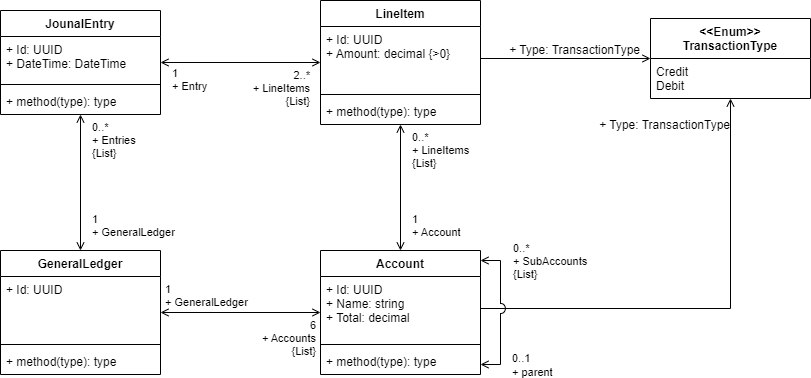
Before: docs/assets/class diagram.drawio.png, a diagram exported from draw.io (Smileyrasmus/budgetmate). Source tidied: cells renumbered, new cells last; positions are measured from the earlier drawing's top-left corner, leaving out a move shared by most shapes.
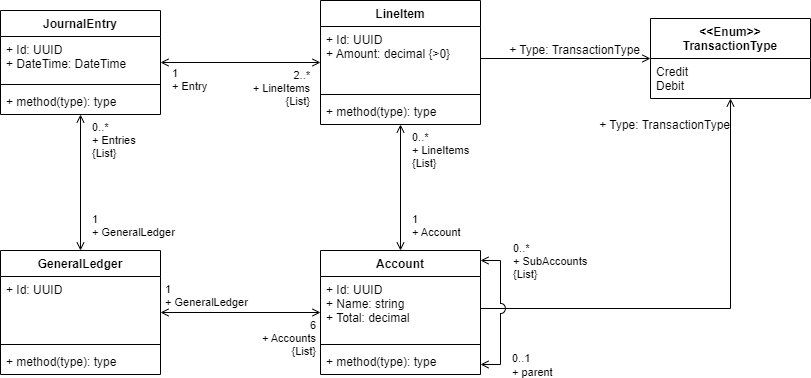
Later version of the same file.

Commit message:
Added simple roadmap to README

Change to the diagram source:
```diff
@@ -15,7 +15,7 @@
         <mxPoint x="-16" y="-4" as="offset" />
       </mxGeometry>
     </mxCell>
-    <mxCell id="5" value="JounalEntry" style="swimlane;fontStyle=1;align=center;verticalAlign=top;horizontal=1;startSize=26;" parent="1" vertex="1">
+    <mxCell id="5" value="JournalEntry" style="swimlane;fontStyle=1;align=center;verticalAlign=top;horizontal=1;startSize=26;" parent="1" vertex="1">
       <mxGeometry y="10" width="160" height="104" as="geometry" />
     </mxCell>
     <mxCell id="6" value="+ Id: UUID&#10;+ DateTime: DateTime" style="text;strokeColor=none;fillColor=none;align=left;verticalAlign=top;spacingLeft=4;spacingRight=4;overflow=hidden;" parent="5" vertex="1">
```
